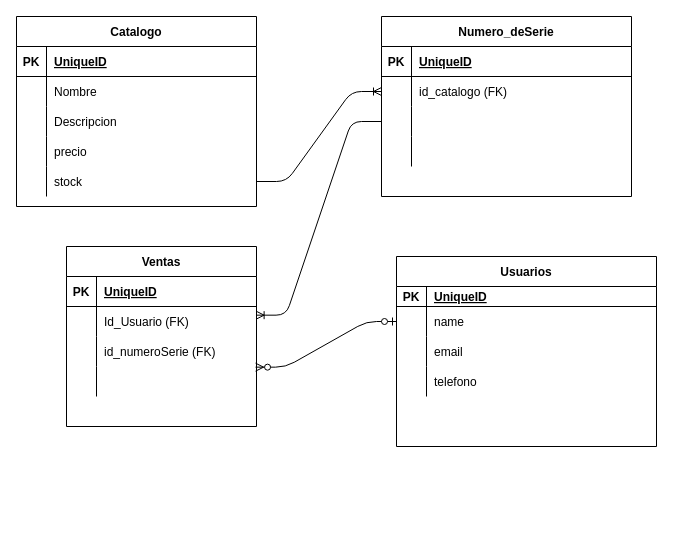
Earlier version of the draw.io diagram tables.drawio (1120CDFSNCN29ARED/grupo-09). Source tidied: cells renumbered, new cells numbered last; positions are measured from the earlier drawing's top-left corner, leaving out a move shared by most shapes. Both pictures are drawn from the tidied source at 100%, with x=0, y=0 at pixel (16, 16).
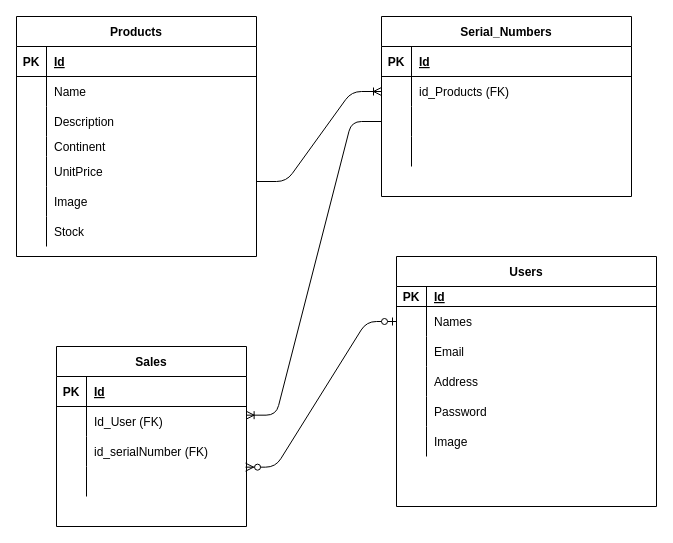
After the change.

Commit message (it also covers changes not shown here):
users db controller

The change refers to these unchanged cells:
```xml
<mxCell id="3" style="shape=partialRectangle;fillColor=none;top=0;left=0;bottom=1;right=0;" parent="2" vertex="1">
  <mxGeometry y="30" width="240" height="30" as="geometry" />
</mxCell>
<mxCell id="6" style="shape=partialRectangle;fillColor=none;top=0;left=0;bottom=0;right=0;" parent="2" vertex="1">
  <mxGeometry y="60" width="240" height="30" as="geometry" />
</mxCell>
<mxCell id="9" style="shape=partialRectangle;fillColor=none;top=0;left=0;bottom=0;right=0;" parent="2" vertex="1">
  <mxGeometry y="90" width="240" height="30" as="geometry" />
</mxCell>
<mxCell id="19" style="shape=partialRectangle;fillColor=none;top=0;left=0;bottom=1;right=0;" parent="18" vertex="1">
  <mxGeometry y="30" width="250" height="30" as="geometry" />
</mxCell>
<mxCell id="22" style="shape=partialRectangle;fillColor=none;top=0;left=0;bottom=0;right=0;points=[[0,0.5],[1,0.5]];portConstraint=eastwest;" parent="18" vertex="1">
  <mxGeometry y="60" width="250" height="30" as="geometry" />
</mxCell>
<mxCell id="32" style="shape=partialRectangle;fillColor=none;top=0;left=0;bottom=1;right=0;" parent="31" vertex="1">
  <mxGeometry y="30" width="190" height="30" as="geometry" />
</mxCell>
<mxCell id="35" style="shape=partialRectangle;fillColor=none;top=0;left=0;bottom=0;right=0;points=[[0,0.5],[1,0.5]];portConstraint=eastwest;" parent="31" vertex="1">
  <mxGeometry y="60" width="190" height="30" as="geometry" />
</mxCell>
<mxCell id="38" style="shape=partialRectangle;fillColor=none;top=0;left=0;bottom=0;right=0;" parent="31" vertex="1">
  <mxGeometry y="90" width="190" height="30" as="geometry" />
</mxCell>
<mxCell id="45" style="shape=partialRectangle;fillColor=none;top=0;left=0;bottom=1;right=0;" parent="44" vertex="1">
  <mxGeometry y="30" width="260" height="20" as="geometry" />
</mxCell>
<mxCell id="48" style="shape=partialRectangle;fillColor=none;top=0;left=0;bottom=0;right=0;points=[[0,0.5],[1,0.5]];portConstraint=eastwest;" parent="44" vertex="1">
  <mxGeometry y="50" width="260" height="30" as="geometry" />
</mxCell>
<mxCell id="51" style="shape=partialRectangle;fillColor=none;top=0;left=0;bottom=0;right=0;" parent="44" vertex="1">
  <mxGeometry y="80" width="260" height="30" as="geometry" />
</mxCell>
<mxCell id="54" style="shape=partialRectangle;fillColor=none;top=0;left=0;bottom=0;right=0;" parent="44" vertex="1">
  <mxGeometry y="110" width="260" height="30" as="geometry" />
</mxCell>
```

What changed in the source:
```diff
@@
-    <mxCell id="2" value="Catalogo" style="shape=table;startSize=30;childLayout=tableLayout;rowLines=0;fontStyle=1;align=center;" parent="1" vertex="1">
-      <mxGeometry width="240" height="190" as="geometry" />
+    <mxCell id="2" value="Products" style="shape=table;startSize=30;childLayout=tableLayout;rowLines=0;fontStyle=1;align=center;" parent="1" vertex="1">
+      <mxGeometry width="240" height="240" as="geometry" />
     </mxCell>
@@
-    <mxCell id="5" value="UniqueID" style="shape=partialRectangle;fillColor=none;top=0;left=0;bottom=0;right=0;align=left;spacingLeft=6;fontStyle=5;overflow=hidden;" parent="3" vertex="1">
+    <mxCell id="5" value="Id" style="shape=partialRectangle;fillColor=none;top=0;left=0;bottom=0;right=0;align=left;spacingLeft=6;fontStyle=5;overflow=hidden;" parent="3" vertex="1">
       <mxGeometry x="30" width="210" height="30" as="geometry" />
     </mxCell>
@@
-    <mxCell id="8" value="Nombre" style="shape=partialRectangle;fillColor=none;top=0;left=0;bottom=0;right=0;align=left;spacingLeft=6;overflow=hidden;" parent="6" vertex="1">
+    <mxCell id="8" value="Name" style="shape=partialRectangle;fillColor=none;top=0;left=0;bottom=0;right=0;align=left;spacingLeft=6;overflow=hidden;" parent="6" vertex="1">
       <mxGeometry x="30" width="210" height="30" as="geometry" />
     </mxCell>
@@
-    <mxCell id="11" value="Descripcion" style="shape=partialRectangle;fillColor=none;top=0;left=0;bottom=0;right=0;align=left;spacingLeft=6;overflow=hidden;" parent="9" vertex="1">
+    <mxCell id="11" value="Description" style="shape=partialRectangle;fillColor=none;top=0;left=0;bottom=0;right=0;align=left;spacingLeft=6;overflow=hidden;" parent="9" vertex="1">
       <mxGeometry x="30" width="210" height="30" as="geometry" />
     </mxCell>
     <mxCell id="12" style="shape=partialRectangle;fillColor=none;top=0;left=0;bottom=0;right=0;" parent="2" vertex="1">
-      <mxGeometry y="120" width="240" height="30" as="geometry" />
+      <mxGeometry y="120" width="240" height="20" as="geometry" />
     </mxCell>
     <mxCell id="13" style="shape=partialRectangle;fillColor=none;top=0;left=0;bottom=0;right=0;overflow=hidden;" parent="12" vertex="1">
-      <mxGeometry width="30" height="30" as="geometry" />
+      <mxGeometry width="30" height="20" as="geometry" />
     </mxCell>
-    <mxCell id="14" value="precio" style="shape=partialRectangle;fillColor=none;top=0;left=0;bottom=0;right=0;align=left;spacingLeft=6;overflow=hidden;" parent="12" vertex="1">
-      <mxGeometry x="30" width="210" height="30" as="geometry" />
+    <mxCell id="14" value="Continent" style="shape=partialRectangle;fillColor=none;top=0;left=0;bottom=0;right=0;align=left;spacingLeft=6;overflow=hidden;" parent="12" vertex="1">
+      <mxGeometry x="30" width="210" height="20" as="geometry" />
     </mxCell>
     <mxCell id="15" style="shape=partialRectangle;fillColor=none;top=0;left=0;bottom=0;right=0;" parent="2" vertex="1">
-      <mxGeometry y="150" width="240" height="30" as="geometry" />
+      <mxGeometry y="140" width="240" height="30" as="geometry" />
     </mxCell>
@@
-    <mxCell id="17" value="stock" style="shape=partialRectangle;fillColor=none;top=0;left=0;bottom=0;right=0;align=left;spacingLeft=6;overflow=hidden;" parent="15" vertex="1">
+    <mxCell id="17" value="UnitPrice" style="shape=partialRectangle;fillColor=none;top=0;left=0;bottom=0;right=0;align=left;spacingLeft=6;overflow=hidden;" parent="15" vertex="1">
       <mxGeometry x="30" width="210" height="30" as="geometry" />
     </mxCell>
+    <mxCell id="60" style="shape=partialRectangle;fillColor=none;top=0;left=0;bottom=0;right=0;" parent="2" vertex="1">
+      <mxGeometry y="170" width="240" height="30" as="geometry" />
+    </mxCell>
+    <mxCell id="61" style="shape=partialRectangle;fillColor=none;top=0;left=0;bottom=0;right=0;overflow=hidden;" parent="60" vertex="1">
+      <mxGeometry width="30" height="30" as="geometry" />
+    </mxCell>
+    <mxCell id="62" value="Image" style="shape=partialRectangle;fillColor=none;top=0;left=0;bottom=0;right=0;align=left;spacingLeft=6;overflow=hidden;" parent="60" vertex="1">
+      <mxGeometry x="30" width="210" height="30" as="geometry" />
+    </mxCell>
+    <mxCell id="63" style="shape=partialRectangle;fillColor=none;top=0;left=0;bottom=0;right=0;" parent="2" vertex="1">
+      <mxGeometry y="200" width="240" height="30" as="geometry" />
+    </mxCell>
+    <mxCell id="64" style="shape=partialRectangle;fillColor=none;top=0;left=0;bottom=0;right=0;overflow=hidden;" parent="63" vertex="1">
+      <mxGeometry width="30" height="30" as="geometry" />
+    </mxCell>
+    <mxCell id="65" value="Stock" style="shape=partialRectangle;fillColor=none;top=0;left=0;bottom=0;right=0;align=left;spacingLeft=6;overflow=hidden;" parent="63" vertex="1">
+      <mxGeometry x="30" width="210" height="30" as="geometry" />
+    </mxCell>
-    <mxCell id="18" value="Numero_deSerie" style="shape=table;startSize=30;childLayout=tableLayout;rowLines=0;fontStyle=1;align=center;" parent="1" vertex="1">
+    <mxCell id="18" value="Serial_Numbers" style="shape=table;startSize=30;childLayout=tableLayout;rowLines=0;fontStyle=1;align=center;" parent="1" vertex="1">
       <mxGeometry x="365" width="250" height="180" as="geometry" />
     </mxCell>
@@
-    <mxCell id="21" value="UniqueID" style="shape=partialRectangle;fillColor=none;top=0;left=0;bottom=0;right=0;align=left;spacingLeft=6;fontStyle=5;overflow=hidden;" parent="19" vertex="1">
+    <mxCell id="21" value="Id" style="shape=partialRectangle;fillColor=none;top=0;left=0;bottom=0;right=0;align=left;spacingLeft=6;fontStyle=5;overflow=hidden;" parent="19" vertex="1">
       <mxGeometry x="30" width="220" height="30" as="geometry" />
     </mxCell>
@@
-    <mxCell id="24" value="id_catalogo (FK)" style="shape=partialRectangle;fillColor=none;top=0;left=0;bottom=0;right=0;align=left;spacingLeft=6;overflow=hidden;" parent="22" vertex="1">
+    <mxCell id="24" value="id_Products (FK)" style="shape=partialRectangle;fillColor=none;top=0;left=0;bottom=0;right=0;align=left;spacingLeft=6;overflow=hidden;" parent="22" vertex="1">
       <mxGeometry x="30" width="220" height="30" as="geometry" />
     </mxCell>
@@
-    <mxCell id="31" value="Ventas" style="shape=table;startSize=30;childLayout=tableLayout;rowLines=0;fontStyle=1;align=center;" parent="1" vertex="1">
-      <mxGeometry x="50" y="230" width="190" height="180" as="geometry" />
+    <mxCell id="31" value="Sales" style="shape=table;startSize=30;childLayout=tableLayout;rowLines=0;fontStyle=1;align=center;" parent="1" vertex="1">
+      <mxGeometry x="40" y="330" width="190" height="180" as="geometry" />
     </mxCell>
@@
-    <mxCell id="34" value="UniqueID" style="shape=partialRectangle;fillColor=none;top=0;left=0;bottom=0;right=0;align=left;spacingLeft=6;fontStyle=5;overflow=hidden;" parent="32" vertex="1">
+    <mxCell id="34" value="Id" style="shape=partialRectangle;fillColor=none;top=0;left=0;bottom=0;right=0;align=left;spacingLeft=6;fontStyle=5;overflow=hidden;" parent="32" vertex="1">
       <mxGeometry x="30" width="160" height="30" as="geometry" />
     </mxCell>
@@
-    <mxCell id="37" value="Id_Usuario (FK)" style="shape=partialRectangle;fillColor=none;top=0;left=0;bottom=0;right=0;align=left;spacingLeft=6;overflow=hidden;" parent="35" vertex="1">
+    <mxCell id="37" value="Id_User (FK)" style="shape=partialRectangle;fillColor=none;top=0;left=0;bottom=0;right=0;align=left;spacingLeft=6;overflow=hidden;" parent="35" vertex="1">
       <mxGeometry x="30" width="160" height="30" as="geometry" />
     </mxCell>
@@
-    <mxCell id="40" value="id_numeroSerie (FK)" style="shape=partialRectangle;fillColor=none;top=0;left=0;bottom=0;right=0;align=left;spacingLeft=6;overflow=hidden;" parent="38" vertex="1">
+    <mxCell id="40" value="id_serialNumber (FK)" style="shape=partialRectangle;fillColor=none;top=0;left=0;bottom=0;right=0;align=left;spacingLeft=6;overflow=hidden;" parent="38" vertex="1">
       <mxGeometry x="30" width="160" height="30" as="geometry" />
     </mxCell>
@@
-    <mxCell id="44" value="Usuarios" style="shape=table;startSize=30;childLayout=tableLayout;rowLines=0;fontStyle=1;align=center;" parent="1" vertex="1">
-      <mxGeometry x="380" y="240" width="260" height="190" as="geometry" />
+    <mxCell id="44" value="Users" style="shape=table;startSize=30;childLayout=tableLayout;rowLines=0;fontStyle=1;align=center;" parent="1" vertex="1">
+      <mxGeometry x="380" y="240" width="260" height="250" as="geometry" />
     </mxCell>
@@
-    <mxCell id="47" value="UniqueID" style="shape=partialRectangle;fillColor=none;top=0;left=0;bottom=0;right=0;align=left;spacingLeft=6;fontStyle=5;overflow=hidden;" parent="45" vertex="1">
+    <mxCell id="47" value="Id" style="shape=partialRectangle;fillColor=none;top=0;left=0;bottom=0;right=0;align=left;spacingLeft=6;fontStyle=5;overflow=hidden;" parent="45" vertex="1">
       <mxGeometry x="30" width="230" height="20" as="geometry" />
     </mxCell>
@@
-    <mxCell id="50" value="name" style="shape=partialRectangle;fillColor=none;top=0;left=0;bottom=0;right=0;align=left;spacingLeft=6;overflow=hidden;" parent="48" vertex="1">
+    <mxCell id="50" value="Names" style="shape=partialRectangle;fillColor=none;top=0;left=0;bottom=0;right=0;align=left;spacingLeft=6;overflow=hidden;" parent="48" vertex="1">
       <mxGeometry x="30" width="230" height="30" as="geometry" />
     </mxCell>
@@
-    <mxCell id="53" value="email" style="shape=partialRectangle;fillColor=none;top=0;left=0;bottom=0;right=0;align=left;spacingLeft=6;overflow=hidden;" parent="51" vertex="1">
+    <mxCell id="53" value="Email" style="shape=partialRectangle;fillColor=none;top=0;left=0;bottom=0;right=0;align=left;spacingLeft=6;overflow=hidden;" parent="51" vertex="1">
       <mxGeometry x="30" width="230" height="30" as="geometry" />
     </mxCell>
@@
-    <mxCell id="56" value="telefono" style="shape=partialRectangle;fillColor=none;top=0;left=0;bottom=0;right=0;align=left;spacingLeft=6;overflow=hidden;" parent="54" vertex="1">
+    <mxCell id="56" value="Address" style="shape=partialRectangle;fillColor=none;top=0;left=0;bottom=0;right=0;align=left;spacingLeft=6;overflow=hidden;" parent="54" vertex="1">
       <mxGeometry x="30" width="230" height="30" as="geometry" />
     </mxCell>
+    <mxCell id="66" style="shape=partialRectangle;fillColor=none;top=0;left=0;bottom=0;right=0;" parent="44" vertex="1">
+      <mxGeometry y="140" width="260" height="30" as="geometry" />
+    </mxCell>
+    <mxCell id="67" style="shape=partialRectangle;fillColor=none;top=0;left=0;bottom=0;right=0;overflow=hidden;" parent="66" vertex="1">
+      <mxGeometry width="30" height="30" as="geometry" />
+    </mxCell>
+    <mxCell id="68" value="Password" style="shape=partialRectangle;fillColor=none;top=0;left=0;bottom=0;right=0;align=left;spacingLeft=6;overflow=hidden;" parent="66" vertex="1">
+      <mxGeometry x="30" width="230" height="30" as="geometry" />
+    </mxCell>
+    <mxCell id="69" style="shape=partialRectangle;fillColor=none;top=0;left=0;bottom=0;right=0;" parent="44" vertex="1">
+      <mxGeometry y="170" width="260" height="30" as="geometry" />
+    </mxCell>
+    <mxCell id="70" style="shape=partialRectangle;fillColor=none;top=0;left=0;bottom=0;right=0;overflow=hidden;" parent="69" vertex="1">
+      <mxGeometry width="30" height="30" as="geometry" />
+    </mxCell>
+    <mxCell id="71" value="Image" style="shape=partialRectangle;fillColor=none;top=0;left=0;bottom=0;right=0;align=left;spacingLeft=6;overflow=hidden;" parent="69" vertex="1">
+      <mxGeometry x="30" width="230" height="30" as="geometry" />
+    </mxCell>
```
